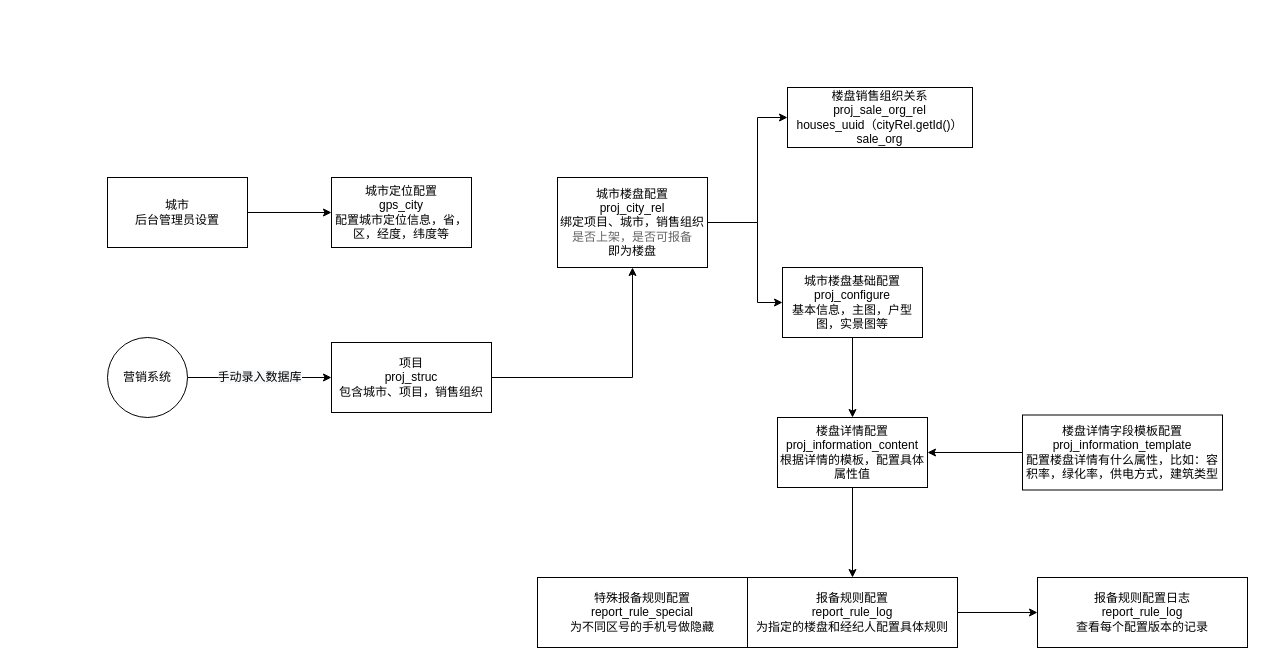
Before: 全民营销.drawio in juesuchen/diagrams, a draw.io diagram. Source tidied: cells renumbered, new cells numbered last; positions are measured from the earlier drawing's top-left corner, leaving out a move shared by most shapes. Both pictures are drawn from the tidied source at 100%, with x=0, y=0 at pixel (107, 87).
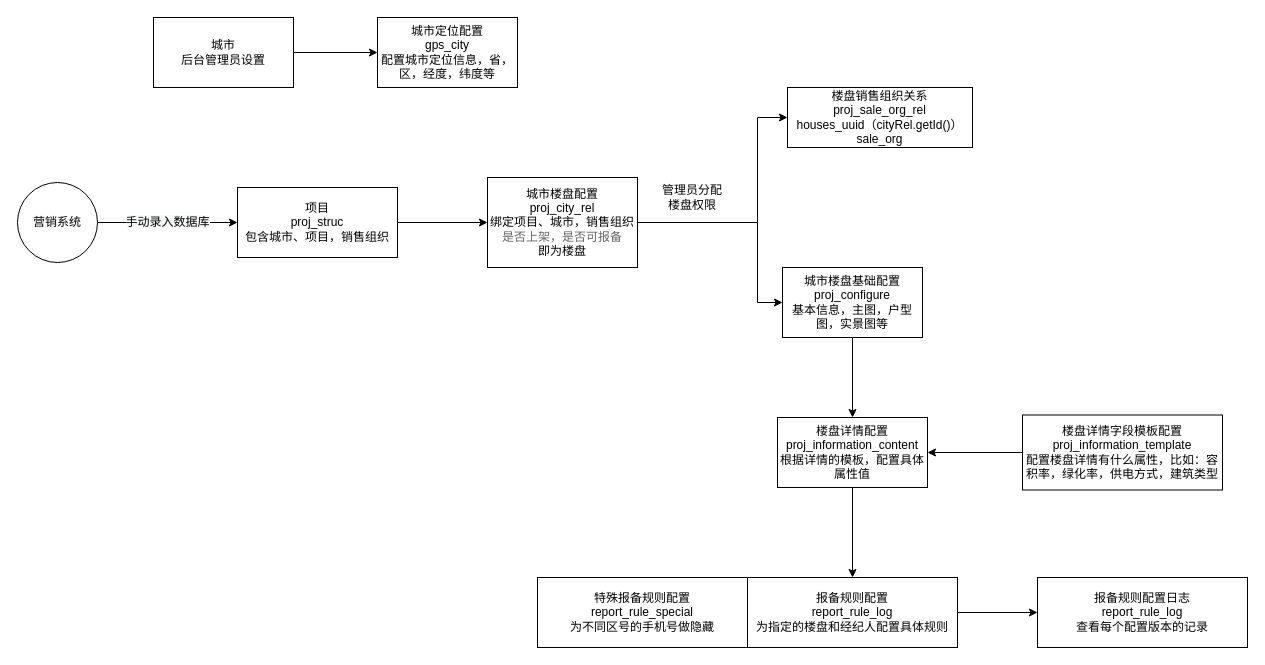
The same page after the edit.

Commit message:
更新全民营销.drawio

The edit, as a diff of the source:
```diff
@@
-    <mxCell id="2" style="edgeStyle=orthogonalEdgeStyle;rounded=0;jettySize=auto;html=1;entryX=0.5;entryY=1;entryDx=0;entryDy=0;" parent="1" edge="1" source="3" target="9">
+    <mxCell id="2" style="edgeStyle=orthogonalEdgeStyle;rounded=0;jettySize=auto;html=1;entryX=0;entryY=0.5;entryDx=0;entryDy=0;" parent="1" edge="1" source="3" target="9">
       <mxGeometry relative="1" as="geometry" />
     </mxCell>
     <mxCell id="3" value="项目&lt;br&gt;proj_struc&lt;br&gt;包含城市、项目，销售组织" style="rounded=0;whiteSpace=wrap;html=1;" parent="1" vertex="1">
-      <mxGeometry x="224" y="255" width="160" height="70" as="geometry" />
+      <mxGeometry x="130" y="100" width="160" height="70" as="geometry" />
     </mxCell>
@@
     <mxCell id="5" value="城市&lt;br&gt;后台管理员设置" style="rounded=0;whiteSpace=wrap;html=1;" parent="1" vertex="1">
-      <mxGeometry y="90" width="140" height="70" as="geometry" />
+      <mxGeometry x="46" y="-70" width="140" height="70" as="geometry" />
     </mxCell>
     <mxCell id="6" value="城市定位配置&lt;br&gt;gps_city&lt;br&gt;配置城市定位信息，省，区，经度，纬度等" style="rounded=0;whiteSpace=wrap;html=1;" parent="1" vertex="1">
-      <mxGeometry x="224" y="90" width="140" height="70" as="geometry" />
+      <mxGeometry x="270" y="-70" width="140" height="70" as="geometry" />
     </mxCell>
@@
     <mxCell id="9" value="城市楼盘配置&lt;br&gt;proj_city_rel&lt;br&gt;绑定项目、城市，销售组织&lt;br&gt;&lt;span style=&quot;color: rgb(102 , 102 , 102) ; font-family: &amp;#34;microsoft yahei&amp;#34; ; text-align: left ; background-color: rgb(255 , 255 , 255)&quot;&gt;是否上架，是否可报备&lt;/span&gt;&lt;br style=&quot;color: rgb(102 , 102 , 102) ; font-family: &amp;#34;microsoft yahei&amp;#34; ; text-align: left&quot;&gt;即为楼盘" style="rounded=0;whiteSpace=wrap;html=1;" parent="1" vertex="1">
-      <mxGeometry x="450" y="90" width="150" height="90" as="geometry" />
+      <mxGeometry x="380" y="90" width="150" height="90" as="geometry" />
     </mxCell>
@@
     <mxCell id="11" value="营销系统" style="ellipse;whiteSpace=wrap;html=1;" parent="1" vertex="1">
-      <mxGeometry y="250" width="80" height="80" as="geometry" />
+      <mxGeometry x="-90" y="95" width="80" height="80" as="geometry" />
     </mxCell>
@@
+    <mxCell id="23" value="管理员分配楼盘权限" style="text;html=1;strokeColor=none;fillColor=none;align=center;verticalAlign=middle;whiteSpace=wrap;rounded=0;" parent="1" vertex="1">
+      <mxGeometry x="550" y="100" width="70" height="20" as="geometry" />
+    </mxCell>
```
